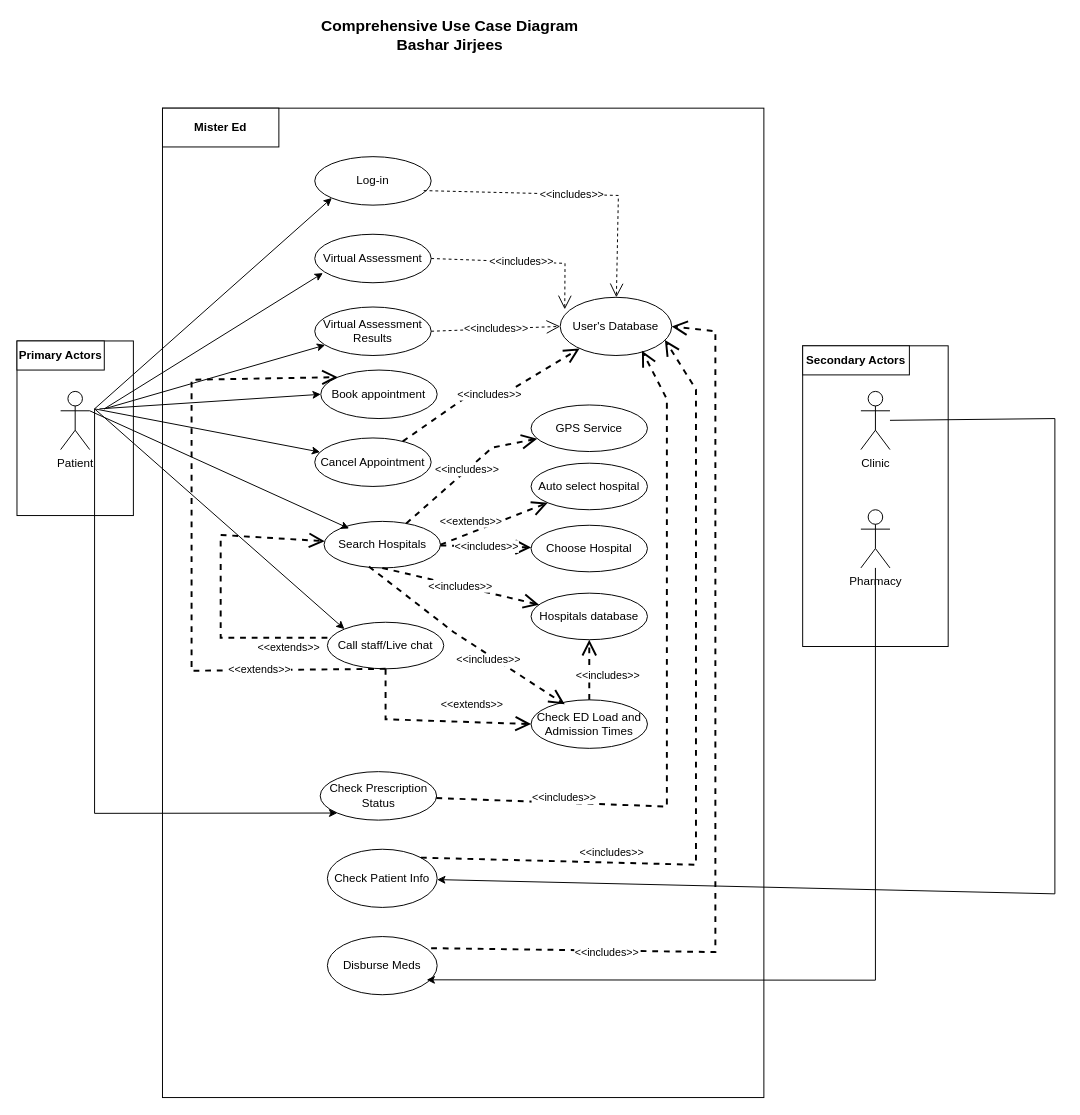
This is UC_03.drawio from SENG-350-2024-fall/Team-6, a draw.io file, before an edit. Source tidied: cells renumbered, new cells numbered last; positions are measured from the earlier drawing's top-left corner, leaving out a move shared by most shapes. Both pictures are drawn from the tidied source at 97%, with x=0, y=0 at pixel (16, 20).
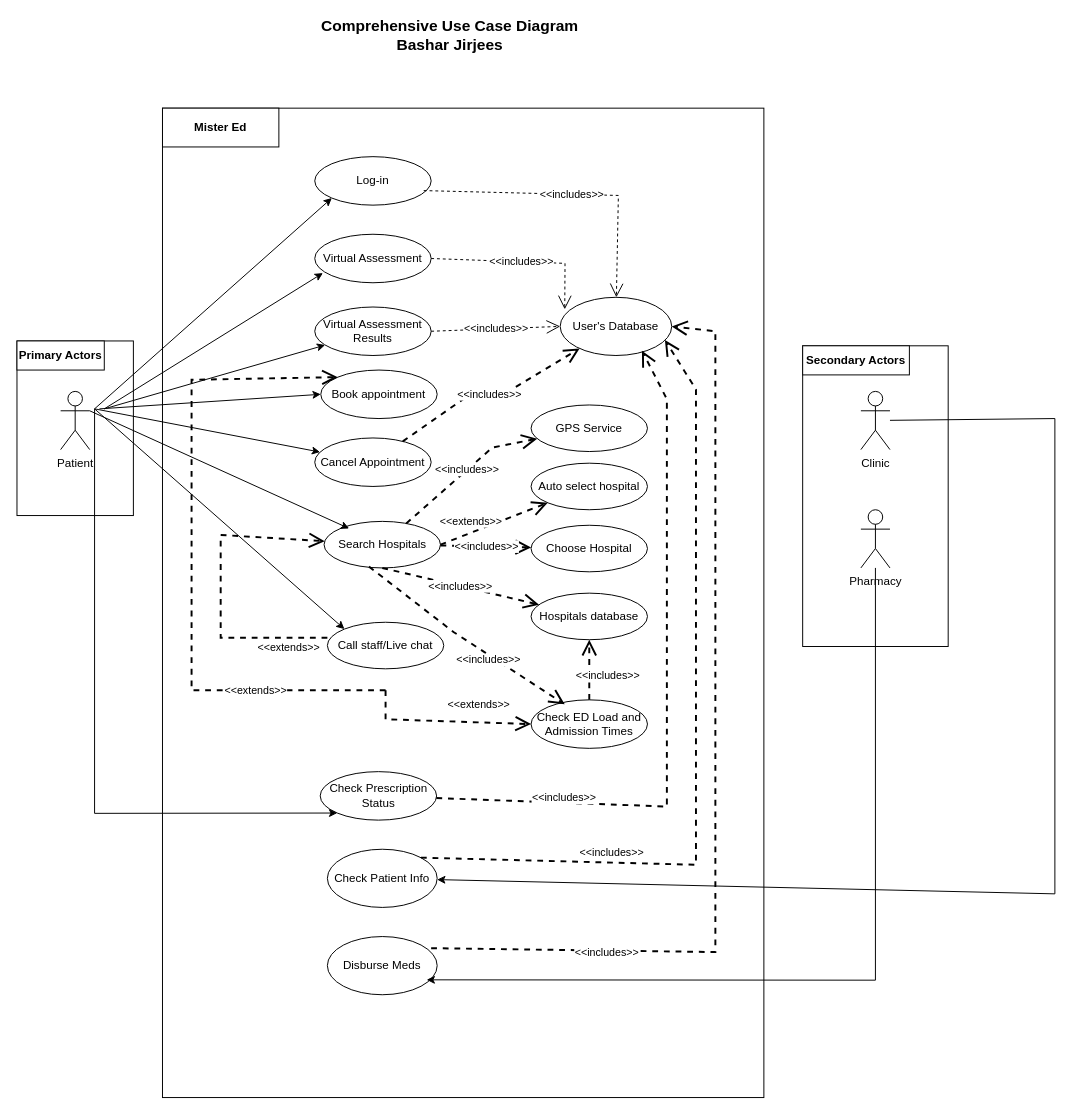
After the change.

Unchanged cells that the change refers to:
```xml
<mxCell id="7" value="Check ED Load and&lt;br&gt;Admission Times" style="ellipse;whiteSpace=wrap;html=1;" parent="1" vertex="1">
  <mxGeometry x="530" y="700" width="120" height="50" as="geometry" />
</mxCell>
<mxCell id="10" value="Call staff/Live chat" style="ellipse;whiteSpace=wrap;html=1;" parent="1" vertex="1">
  <mxGeometry x="320" y="620" width="120" height="48" as="geometry" />
</mxCell>
<mxCell id="23" value="Book appointment" style="ellipse;whiteSpace=wrap;html=1;" parent="1" vertex="1">
  <mxGeometry x="313.2" y="360" width="120" height="50" as="geometry" />
</mxCell>
```

Change to the diagram source:
```diff
@@
-    <mxCell id="18" value="&amp;lt;&amp;lt;extends&amp;gt;&amp;gt;" style="endArrow=open;endSize=12;dashed=1;html=1;rounded=0;entryX=0;entryY=0.5;entryDx=0;entryDy=0;strokeWidth=2;" parent="1" edge="1" source="10" target="7">
+    <mxCell id="18" value="&amp;lt;&amp;lt;extends&amp;gt;&amp;gt;" style="endArrow=open;endSize=12;dashed=1;html=1;rounded=0;entryX=0;entryY=0.5;entryDx=0;entryDy=0;strokeWidth=2;" parent="1" edge="1" target="7">
       <mxGeometry x="0.39" y="18" relative="1" as="geometry">
+        <mxPoint x="380" y="690" as="sourcePoint" />
         <Array as="points">
           <mxPoint x="380" y="720" />
         </Array>
       </mxGeometry>
     </mxCell>
@@
-    <mxCell id="36" value="&amp;lt;&amp;lt;extends&amp;gt;&amp;gt;" style="endArrow=open;endSize=12;dashed=1;html=1;rounded=0;exitX=0.5;exitY=1;exitDx=0;exitDy=0;entryX=0;entryY=0;entryDx=0;entryDy=0;strokeWidth=2;" parent="1" edge="1" source="10" target="23">
+    <mxCell id="36" value="&amp;lt;&amp;lt;extends&amp;gt;&amp;gt;" style="endArrow=open;endSize=12;dashed=1;html=1;rounded=0;entryX=0;entryY=0;entryDx=0;entryDy=0;strokeWidth=2;" parent="1" edge="1" target="23">
       <mxGeometry x="-0.6" relative="1" as="geometry">
+        <mxPoint x="380" y="690" as="sourcePoint" />
         <Array as="points">
-          <mxPoint x="180" y="670" />
+          <mxPoint x="180" y="690" />
           <mxPoint x="180" y="610" />
           <mxPoint x="180" y="370" />
         </Array>
       </mxGeometry>
     </mxCell>
```
